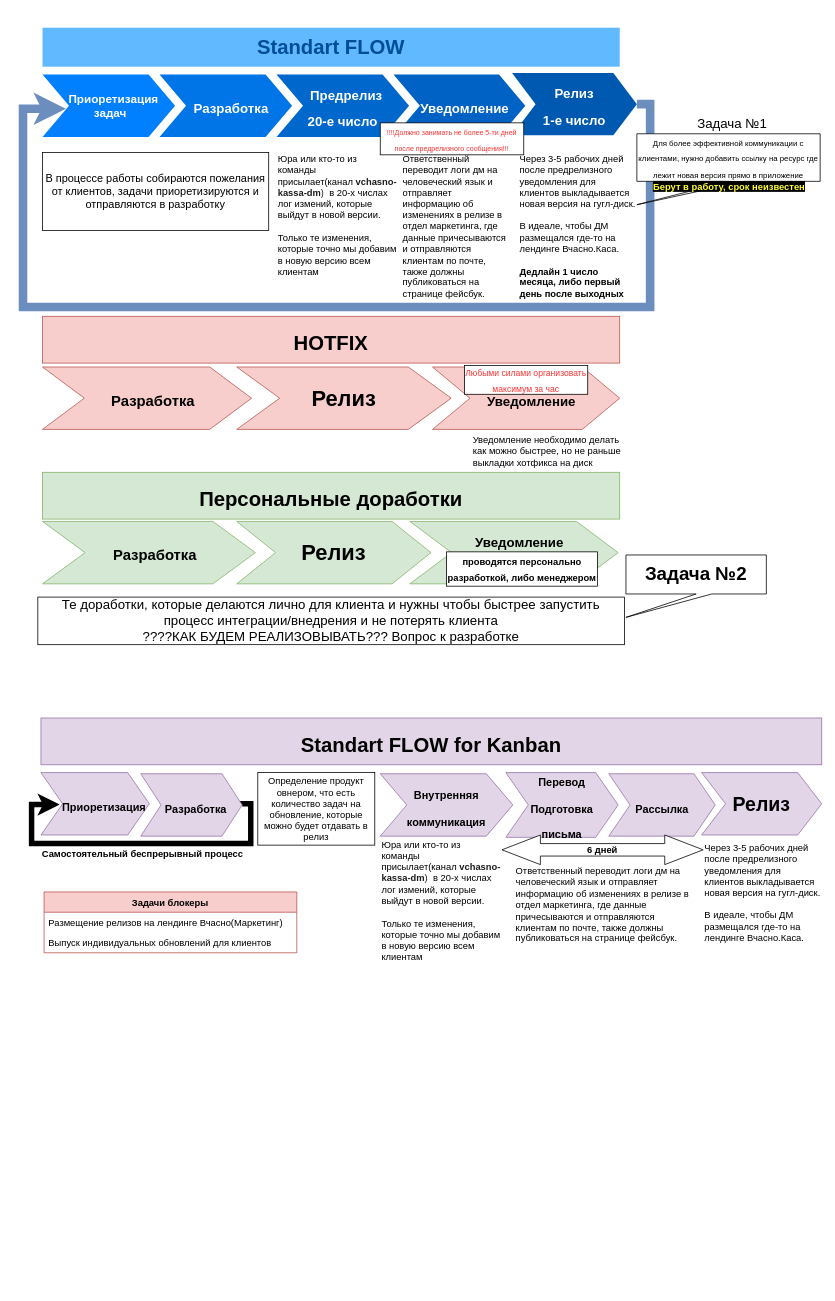
The draw.io diagram Untitled Diagram.drawio in wnata/alienInvasion, before the edit. Source tidied: cells renumbered, new cells numbered last; positions are measured from the earlier drawing's top-left corner, leaving out a move shared by most shapes. Both pictures are drawn from the tidied source at 78%, with x=0, y=0 at pixel (23, 27).
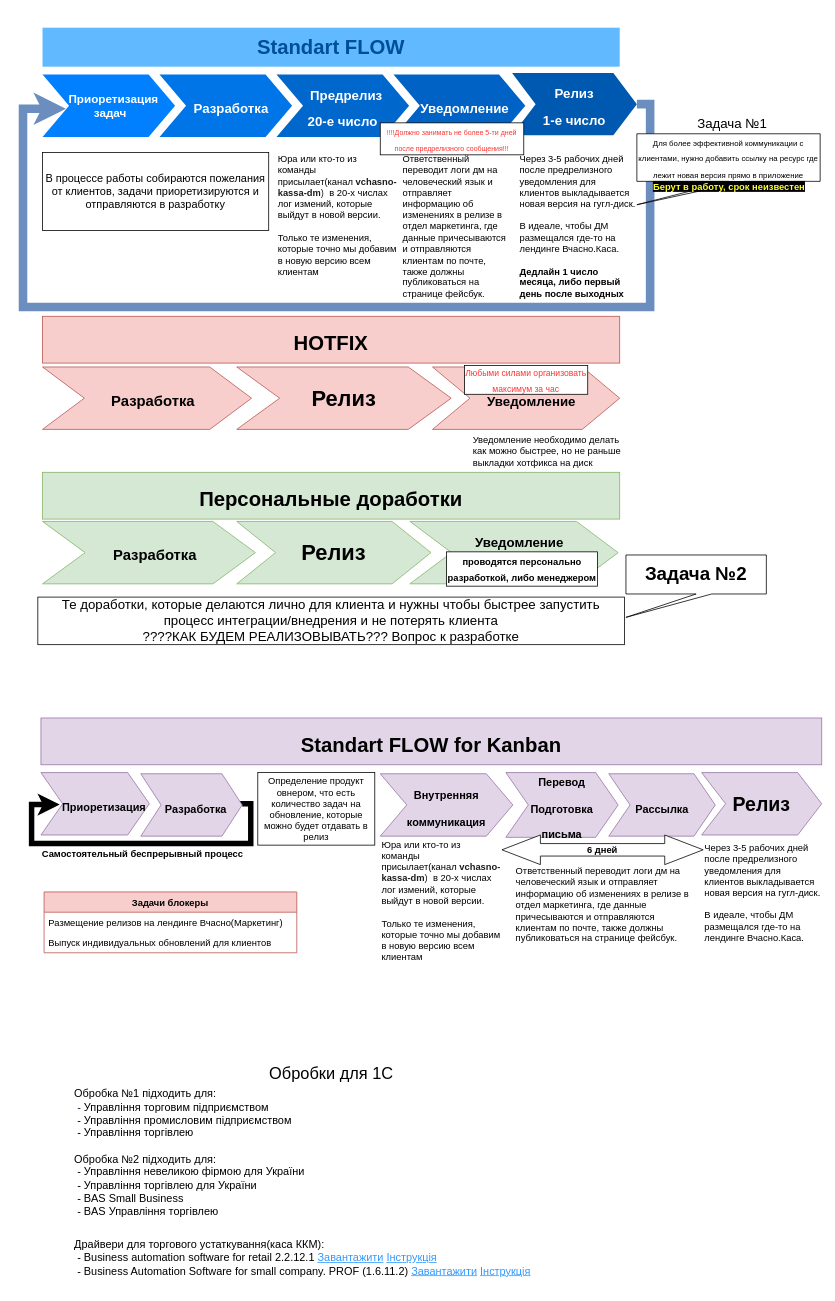
After the change.

The edit, as a diff of the source:
```diff
@@
+    <mxCell id="47" value="&lt;font style=&quot;font-size: 21px&quot;&gt;Обробки для 1С&lt;/font&gt;" style="text;html=1;align=center;verticalAlign=middle;strokeColor=none;" parent="1" vertex="1">
+      <mxGeometry x="310.5" y="1329" width="169" height="21" as="geometry" />
+    </mxCell>
+    <mxCell id="48" value="&lt;p style=&quot;font-size: 14px&quot;&gt;Обробка №1 підходить для:&lt;br&gt;&lt;span style=&quot;color: rgb(23 , 43 , 77) ; font-family: , &amp;#34;blinkmacsystemfont&amp;#34; , &amp;#34;segoe ui&amp;#34; , &amp;#34;roboto&amp;#34; , &amp;#34;noto sans&amp;#34; , &amp;#34;ubuntu&amp;#34; , &amp;#34;droid sans&amp;#34; , &amp;#34;helvetica neue&amp;#34; , sans-serif ; font-size: 14px ; background-color: rgb(255 , 255 , 255)&quot;&gt;&amp;nbsp;- &lt;/span&gt;&lt;span style=&quot;background-color: rgb(255 , 255 , 255)&quot;&gt;Управління торговим підприємством&lt;br&gt;&lt;/span&gt;&lt;span style=&quot;background-color: rgb(255 , 255 , 255)&quot;&gt;&amp;nbsp;- Управління промисловим підприємством&lt;br&gt;&lt;/span&gt;&amp;nbsp;- Управління торгівлею&lt;/p&gt;" style="text;html=1;align=left;verticalAlign=middle;strokeColor=none;" parent="1" vertex="1">
+      <mxGeometry x="63.5" y="1348" width="289" height="88" as="geometry" />
+    </mxCell>
+    <mxCell id="49" value="&lt;p&gt;&lt;font style=&quot;font-size: 14px&quot;&gt;Обробка №2 підходить для:&lt;br&gt;&lt;/font&gt;&lt;font style=&quot;font-size: 14px&quot;&gt;&lt;span style=&quot;background-color: rgb(255 , 255 , 255)&quot;&gt;&amp;nbsp;- Управління невеликою фірмою для України&lt;br&gt;&lt;/span&gt;&lt;/font&gt;&lt;font style=&quot;font-size: 14px&quot;&gt;&lt;span style=&quot;background-color: rgb(255 , 255 , 255)&quot;&gt;&amp;nbsp;- Управління торгівлею для України&lt;br&gt;&lt;/span&gt;&lt;/font&gt;&lt;font style=&quot;font-size: 14px&quot;&gt;&lt;span style=&quot;background-color: rgb(255 , 255 , 255)&quot;&gt;&amp;nbsp;- BAS Small Business&lt;br&gt;&lt;/span&gt;&lt;/font&gt;&lt;font style=&quot;font-size: 14px&quot;&gt;&lt;span style=&quot;background-color: rgb(255 , 255 , 255)&quot;&gt;&amp;nbsp;- BAS Управління торгівлею&lt;/span&gt;&lt;/font&gt;&lt;/p&gt;" style="text;html=1;align=left;verticalAlign=middle;strokeColor=none;" parent="1" vertex="1">
+      <mxGeometry x="63.5" y="1432" width="305" height="103" as="geometry" />
+    </mxCell>
+    <mxCell id="50" value="&lt;p style=&quot;font-size: 14px&quot;&gt;Драйвери для торгового устаткування(каса ККМ):&lt;br&gt;&lt;span style=&quot;background-color: rgb(255 , 255 , 255)&quot;&gt;&amp;nbsp;- Business automation software for retail 2.2.12.1 &lt;font color=&quot;#3399ff&quot;&gt;&lt;u&gt;Завантажити&lt;/u&gt; &lt;u&gt;Інструкція&lt;/u&gt;&lt;/font&gt;&lt;br&gt;&lt;/span&gt;&lt;span style=&quot;background-color: rgb(255 , 255 , 255)&quot;&gt;&amp;nbsp;- Business Automation Software for small company. PROF (1.6.11.2) &lt;font color=&quot;#3399ff&quot;&gt;&lt;u&gt;Завантажити&lt;/u&gt; &lt;u&gt;Інструкція&lt;/u&gt;&lt;/font&gt;&lt;/span&gt;&lt;/p&gt;" style="text;html=1;align=left;verticalAlign=middle;strokeColor=none;" parent="1" vertex="1">
+      <mxGeometry x="63.5" y="1540" width="595" height="74" as="geometry" />
+    </mxCell>
```
